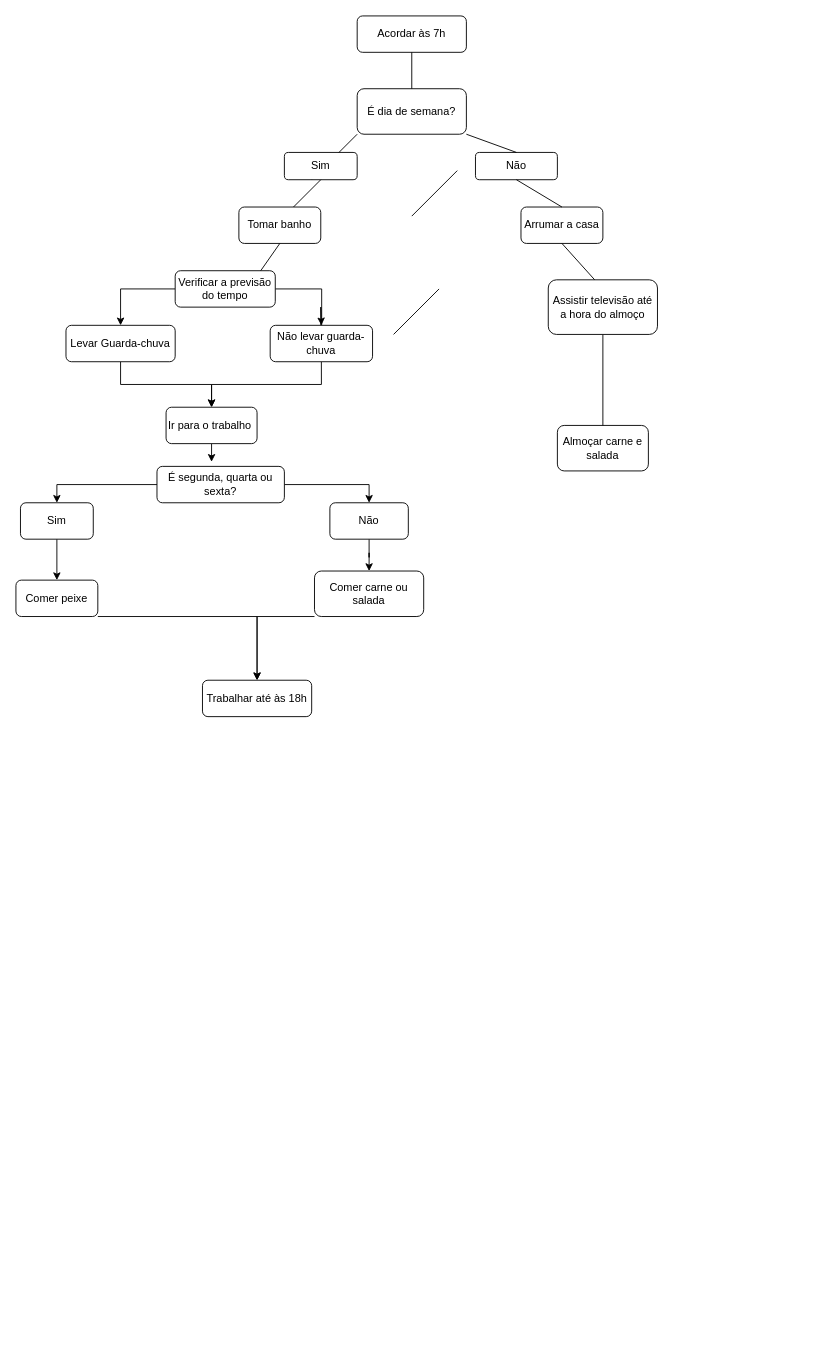
This is Untitled Diagram.drawio from sergiofagundesb/js_exercises, a draw.io file, before an edit. Source tidied: cells renumbered, new cells numbered last; positions are measured from the earlier drawing's top-left corner, leaving out a move shared by most shapes. Both pictures are drawn from the tidied source at 91%, with x=0, y=0 at pixel (15, 15).
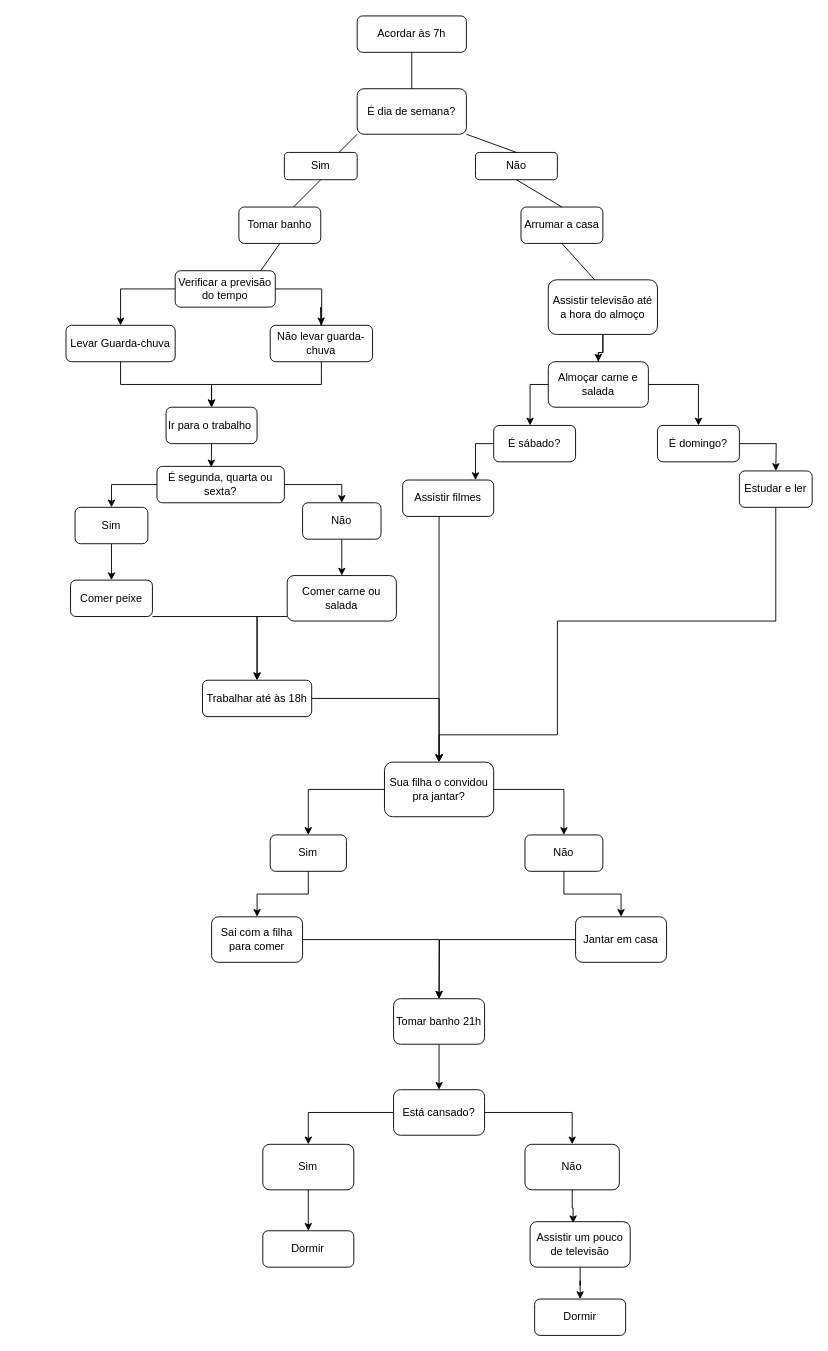
After the change.

Unchanged cells that the change refers to:
```xml
<mxCell id="24" value="Ir para o trabalho&amp;nbsp;" style="rounded=1;whiteSpace=wrap;html=1;" parent="1" vertex="1">
  <mxGeometry x="165" y="430" width="100" height="40" as="geometry" />
</mxCell>
<mxCell id="27" value="É segunda, quarta ou sexta?" style="rounded=1;whiteSpace=wrap;html=1;" parent="1" vertex="1">
  <mxGeometry x="155" y="495" width="140" height="40" as="geometry" />
</mxCell>
<mxCell id="29" value="Assistir televisão até a hora do almoço" style="rounded=1;whiteSpace=wrap;html=1;" parent="1" vertex="1">
  <mxGeometry x="585" y="290" width="120" height="60" as="geometry" />
</mxCell>
<mxCell id="38" value="Trabalhar até às 18h" style="rounded=1;whiteSpace=wrap;html=1;" parent="1" vertex="1">
  <mxGeometry x="205" y="730" width="120" height="40" as="geometry" />
</mxCell>
```

Change to the diagram source:
```diff
@@
-    <mxCell id="22" style="endArrow=none;html=1;" parent="1" edge="1">
-      <mxGeometry relative="1" as="geometry">
-        <mxPoint x="435" y="220" as="sourcePoint" />
-        <mxPoint x="485" y="170" as="targetPoint" />
-      </mxGeometry>
-    </mxCell>
-    <mxCell id="23" style="edgeStyle=orthogonalEdgeStyle;rounded=0;jettySize=auto;html=1;exitX=0.5;exitY=1;exitDx=0;exitDy=0;" parent="1" edge="1" source="24">
-      <mxGeometry relative="1" as="geometry">
-        <mxPoint x="215" y="490" as="targetPoint" />
-      </mxGeometry>
+    <mxCell id="23" style="edgeStyle=orthogonalEdgeStyle;rounded=0;jettySize=auto;html=1;exitX=0.5;exitY=1;exitDx=0;exitDy=0;entryX=0.426;entryY=0.025;entryDx=0;entryDy=0;entryPerimeter=0;" parent="1" edge="1" source="24" target="27">
+      <mxGeometry relative="1" as="geometry" />
     </mxCell>
@@
     <mxCell id="26" style="edgeStyle=orthogonalEdgeStyle;rounded=0;jettySize=auto;html=1;entryX=0.5;entryY=0;entryDx=0;entryDy=0;" parent="1" edge="1" source="27" target="31">
       <mxGeometry relative="1" as="geometry">
         <Array as="points">
-          <mxPoint x="45" y="515" />
+          <mxPoint x="105" y="515" />
         </Array>
       </mxGeometry>
     </mxCell>
@@
+    <mxCell id="41" style="edgeStyle=orthogonalEdgeStyle;rounded=0;jettySize=auto;html=1;entryX=0.5;entryY=0;entryDx=0;entryDy=0;" parent="1" edge="1" source="29" target="40">
+      <mxGeometry relative="1" as="geometry" />
+    </mxCell>
@@
     <mxCell id="31" value="Sim" style="rounded=1;whiteSpace=wrap;html=1;" parent="1" vertex="1">
-      <mxGeometry x="5" y="535" width="80" height="40" as="geometry" />
+      <mxGeometry x="65" y="540" width="80" height="40" as="geometry" />
     </mxCell>
@@
     <mxCell id="33" value="Não" style="rounded=1;whiteSpace=wrap;html=1;" parent="1" vertex="1">
-      <mxGeometry x="345" y="535" width="86.2" height="40" as="geometry" />
+      <mxGeometry x="315" y="535" width="86.2" height="40" as="geometry" />
     </mxCell>
@@
     <mxCell id="35" value="Comer carne ou salada" style="rounded=1;whiteSpace=wrap;html=1;" parent="1" vertex="1">
-      <mxGeometry x="328.1" y="610" width="120" height="50" as="geometry" />
+      <mxGeometry x="298.1" y="615" width="120" height="50" as="geometry" />
     </mxCell>
@@
     <mxCell id="37" value="Comer peixe" style="rounded=1;whiteSpace=wrap;html=1;" parent="1" vertex="1">
-      <mxGeometry y="620" width="90" height="40" as="geometry" />
+      <mxGeometry x="60" y="620" width="90" height="40" as="geometry" />
     </mxCell>
+    <mxCell id="42" style="edgeStyle=orthogonalEdgeStyle;rounded=0;jettySize=auto;html=1;" parent="1" edge="1" source="38" target="55">
+      <mxGeometry relative="1" as="geometry" />
+    </mxCell>
@@
-    <mxCell id="39" style="endArrow=none;html=1;" parent="1" edge="1">
-      <mxGeometry relative="1" as="geometry">
-        <mxPoint x="415" y="350" as="sourcePoint" />
-        <mxPoint x="465" y="300" as="targetPoint" />
-      </mxGeometry>
-    </mxCell>
+    <mxCell id="43" style="edgeStyle=orthogonalEdgeStyle;rounded=0;jettySize=auto;html=1;" parent="1" edge="1" source="40">
+      <mxGeometry relative="1" as="geometry">
+        <mxPoint x="565" y="450" as="targetPoint" />
+      </mxGeometry>
+    </mxCell>
+    <mxCell id="44" style="edgeStyle=orthogonalEdgeStyle;rounded=0;jettySize=auto;html=1;entryX=0.5;entryY=0;entryDx=0;entryDy=0;" parent="1" edge="1" source="40" target="48">
+      <mxGeometry relative="1" as="geometry" />
+    </mxCell>
     <mxCell id="40" value="Almoçar carne e salada" style="rounded=1;whiteSpace=wrap;html=1;" parent="1" vertex="1">
-      <mxGeometry x="595" y="450" width="100" height="50" as="geometry" />
+      <mxGeometry x="585" y="380" width="110" height="50" as="geometry" />
     </mxCell>
+    <mxCell id="45" style="edgeStyle=orthogonalEdgeStyle;rounded=0;jettySize=auto;html=1;" parent="1" edge="1" source="46">
+      <mxGeometry relative="1" as="geometry">
+        <mxPoint x="505" y="510" as="targetPoint" />
+      </mxGeometry>
+    </mxCell>
+    <mxCell id="46" value="É sábado?" style="rounded=1;whiteSpace=wrap;html=1;" parent="1" vertex="1">
+      <mxGeometry x="525" y="450" width="90" height="40" as="geometry" />
+    </mxCell>
+    <mxCell id="47" style="edgeStyle=orthogonalEdgeStyle;rounded=0;jettySize=auto;html=1;" parent="1" edge="1" source="48">
+      <mxGeometry relative="1" as="geometry">
+        <mxPoint x="835" y="500" as="targetPoint" />
+      </mxGeometry>
+    </mxCell>
+    <mxCell id="48" value="É domingo?" style="rounded=1;whiteSpace=wrap;html=1;" parent="1" vertex="1">
+      <mxGeometry x="705" y="450" width="90" height="40" as="geometry" />
+    </mxCell>
+    <mxCell id="49" style="edgeStyle=orthogonalEdgeStyle;rounded=0;jettySize=auto;html=1;" parent="1" edge="1" source="50">
+      <mxGeometry relative="1" as="geometry">
+        <mxPoint x="465" y="820" as="targetPoint" />
+        <Array as="points">
+          <mxPoint x="835" y="665" />
+          <mxPoint x="595" y="665" />
+          <mxPoint x="595" y="790" />
+        </Array>
+      </mxGeometry>
+    </mxCell>
+    <mxCell id="50" value="Estudar e ler" style="rounded=1;whiteSpace=wrap;html=1;" parent="1" vertex="1">
+      <mxGeometry x="795" y="500" width="80" height="40" as="geometry" />
+    </mxCell>
+    <mxCell id="51" style="edgeStyle=orthogonalEdgeStyle;rounded=0;jettySize=auto;html=1;entryX=0.5;entryY=0;entryDx=0;entryDy=0;" parent="1" edge="1" source="52" target="55">
+      <mxGeometry relative="1" as="geometry">
+        <Array as="points">
+          <mxPoint x="465" y="820" />
+          <mxPoint x="465" y="820" />
+        </Array>
+      </mxGeometry>
+    </mxCell>
+    <mxCell id="52" value="Assistir filmes" style="rounded=1;whiteSpace=wrap;html=1;" parent="1" vertex="1">
+      <mxGeometry x="425" y="510" width="100" height="40" as="geometry" />
+    </mxCell>
+    <mxCell id="53" style="edgeStyle=orthogonalEdgeStyle;rounded=0;jettySize=auto;html=1;entryX=0.5;entryY=0;entryDx=0;entryDy=0;" parent="1" edge="1" source="55" target="57">
+      <mxGeometry relative="1" as="geometry" />
+    </mxCell>
+    <mxCell id="54" style="edgeStyle=orthogonalEdgeStyle;rounded=0;jettySize=auto;html=1;entryX=0.5;entryY=0;entryDx=0;entryDy=0;" parent="1" edge="1" source="55" target="59">
+      <mxGeometry relative="1" as="geometry" />
+    </mxCell>
+    <mxCell id="55" value="Sua filha o convidou pra jantar?" style="rounded=1;whiteSpace=wrap;html=1;" parent="1" vertex="1">
+      <mxGeometry x="405" y="820" width="120" height="60" as="geometry" />
+    </mxCell>
+    <mxCell id="56" style="edgeStyle=orthogonalEdgeStyle;rounded=0;jettySize=auto;html=1;entryX=0.5;entryY=0;entryDx=0;entryDy=0;" parent="1" edge="1" source="57" target="61">
+      <mxGeometry relative="1" as="geometry" />
+    </mxCell>
+    <mxCell id="57" value="Sim" style="rounded=1;whiteSpace=wrap;html=1;" parent="1" vertex="1">
+      <mxGeometry x="279.4" y="900" width="83.8" height="40" as="geometry" />
+    </mxCell>
+    <mxCell id="58" style="edgeStyle=orthogonalEdgeStyle;rounded=0;jettySize=auto;html=1;entryX=0.5;entryY=0;entryDx=0;entryDy=0;" parent="1" edge="1" source="59" target="63">
+      <mxGeometry relative="1" as="geometry" />
+    </mxCell>
+    <mxCell id="59" value="Não" style="rounded=1;whiteSpace=wrap;html=1;" parent="1" vertex="1">
+      <mxGeometry x="559.4" y="900" width="85.6" height="40" as="geometry" />
+    </mxCell>
+    <mxCell id="60" style="edgeStyle=orthogonalEdgeStyle;rounded=0;jettySize=auto;html=1;" parent="1" edge="1" source="61" target="65">
+      <mxGeometry relative="1" as="geometry" />
+    </mxCell>
+    <mxCell id="61" value="Sai com a filha para comer" style="rounded=1;whiteSpace=wrap;html=1;" parent="1" vertex="1">
+      <mxGeometry x="215" y="990" width="100" height="50" as="geometry" />
+    </mxCell>
+    <mxCell id="62" style="edgeStyle=orthogonalEdgeStyle;rounded=0;jettySize=auto;html=1;" parent="1" edge="1" source="63">
+      <mxGeometry relative="1" as="geometry">
+        <mxPoint x="465" y="1080" as="targetPoint" />
+      </mxGeometry>
+    </mxCell>
+    <mxCell id="63" value="Jantar em casa" style="rounded=1;whiteSpace=wrap;html=1;" parent="1" vertex="1">
+      <mxGeometry x="615" y="990" width="100" height="50" as="geometry" />
+    </mxCell>
+    <mxCell id="64" style="edgeStyle=orthogonalEdgeStyle;rounded=0;jettySize=auto;html=1;" parent="1" edge="1" source="65" target="68">
+      <mxGeometry relative="1" as="geometry" />
+    </mxCell>
+    <mxCell id="65" value="Tomar banho 21h" style="rounded=1;whiteSpace=wrap;html=1;" parent="1" vertex="1">
+      <mxGeometry x="415" y="1080" width="100" height="50" as="geometry" />
+    </mxCell>
+    <mxCell id="66" style="edgeStyle=orthogonalEdgeStyle;rounded=0;jettySize=auto;html=1;entryX=0.5;entryY=0;entryDx=0;entryDy=0;" parent="1" edge="1" source="68" target="70">
+      <mxGeometry relative="1" as="geometry" />
+    </mxCell>
+    <mxCell id="67" style="edgeStyle=orthogonalEdgeStyle;rounded=0;jettySize=auto;html=1;entryX=0.5;entryY=0;entryDx=0;entryDy=0;" parent="1" edge="1" source="68" target="72">
+      <mxGeometry relative="1" as="geometry" />
+    </mxCell>
+    <mxCell id="68" value="Está cansado?" style="rounded=1;whiteSpace=wrap;html=1;" parent="1" vertex="1">
+      <mxGeometry x="415" y="1180" width="100" height="50" as="geometry" />
+    </mxCell>
+    <mxCell id="69" style="edgeStyle=orthogonalEdgeStyle;rounded=0;jettySize=auto;html=1;entryX=0.5;entryY=0;entryDx=0;entryDy=0;" parent="1" edge="1" source="70" target="76">
+      <mxGeometry relative="1" as="geometry" />
+    </mxCell>
+    <mxCell id="70" value="Sim" style="rounded=1;whiteSpace=wrap;html=1;" parent="1" vertex="1">
+      <mxGeometry x="271.3" y="1240" width="100" height="50" as="geometry" />
+    </mxCell>
+    <mxCell id="71" style="edgeStyle=orthogonalEdgeStyle;rounded=0;jettySize=auto;html=1;entryX=0.43;entryY=0.033;entryDx=0;entryDy=0;entryPerimeter=0;" parent="1" edge="1" source="72" target="75">
+      <mxGeometry relative="1" as="geometry" />
+    </mxCell>
+    <mxCell id="72" value="Não" style="rounded=1;whiteSpace=wrap;html=1;" parent="1" vertex="1">
+      <mxGeometry x="559.4" y="1240" width="103.7" height="50" as="geometry" />
+    </mxCell>
+    <mxCell id="73" value="Dormir" style="rounded=1;whiteSpace=wrap;html=1;" parent="1" vertex="1">
+      <mxGeometry x="570" y="1410" width="100" height="40" as="geometry" />
+    </mxCell>
+    <mxCell id="74" style="edgeStyle=orthogonalEdgeStyle;rounded=0;jettySize=auto;html=1;entryX=0.5;entryY=0;entryDx=0;entryDy=0;" parent="1" edge="1" source="75" target="73">
+      <mxGeometry relative="1" as="geometry" />
+    </mxCell>
+    <mxCell id="75" value="Assistir um pouco de televisão" style="rounded=1;whiteSpace=wrap;html=1;" parent="1" vertex="1">
+      <mxGeometry x="565" y="1325" width="110" height="50" as="geometry" />
+    </mxCell>
+    <mxCell id="76" value="Dormir" style="rounded=1;whiteSpace=wrap;html=1;" parent="1" vertex="1">
+      <mxGeometry x="271.3" y="1335" width="100" height="40" as="geometry" />
+    </mxCell>
```
